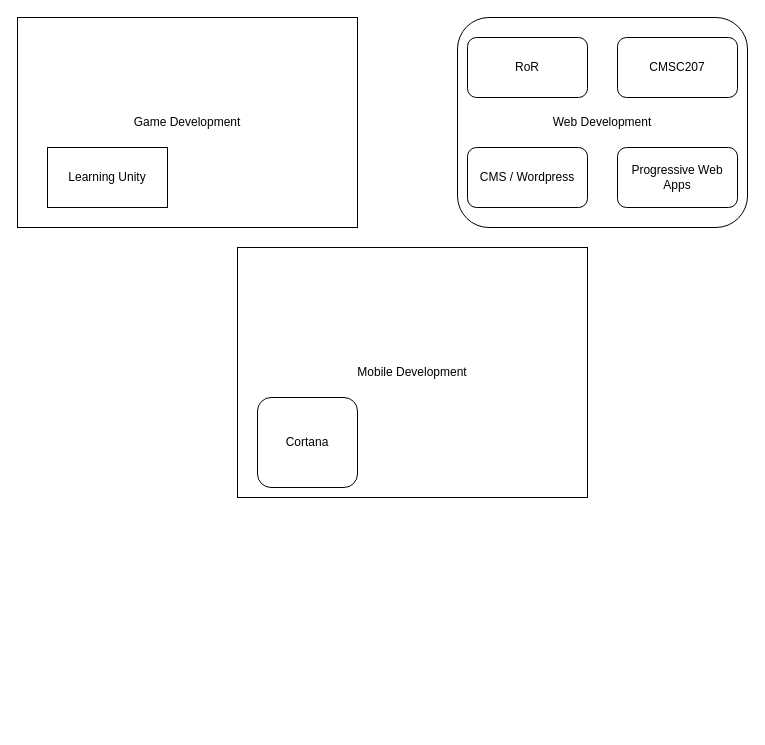
Above: Untitled Diagram.drawio in absantos16/hello_world (draw.io), before the change. Source tidied: cells renumbered, new cells numbered last; positions are measured from the earlier drawing's top-left corner, leaving out a move shared by most shapes. Both pictures are drawn from the tidied source at 100%, with x=0, y=0 at pixel (17, 17).
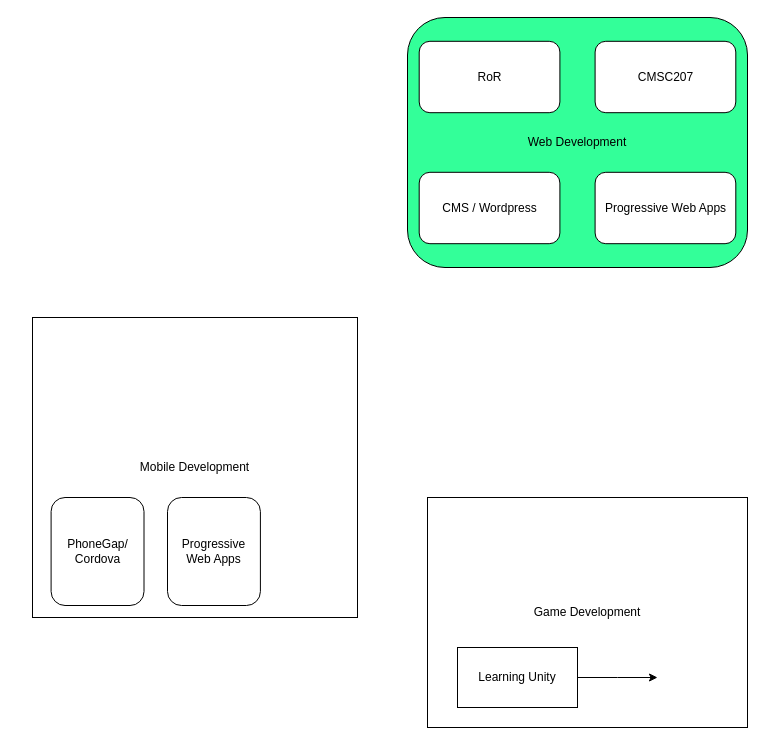
After the change.

The edit, as a diff of the source:
```diff
@@
 <mxGraphModel>
   <root>
     <mxCell id="0" />
     <mxCell id="1" parent="0" />
     <mxCell id="2" value="Game Development" style="rounded=0;whiteSpace=wrap;html=1;" parent="1" vertex="1">
-      <mxGeometry width="340" height="210" as="geometry" />
+      <mxGeometry x="410" y="480" width="320" height="230" as="geometry" />
     </mxCell>
+    <mxCell id="11" style="edgeStyle=orthogonalEdgeStyle;rounded=0;jettySize=auto;html=1;" parent="1" edge="1" source="3">
+      <mxGeometry relative="1" as="geometry">
+        <mxPoint x="640" y="660" as="targetPoint" />
+      </mxGeometry>
+    </mxCell>
     <mxCell id="3" value="Learning Unity" style="rounded=0;whiteSpace=wrap;html=1;" parent="1" vertex="1">
-      <mxGeometry x="30" y="130" width="120" height="60" as="geometry" />
+      <mxGeometry x="440" y="630" width="120" height="60" as="geometry" />
     </mxCell>
+    <mxCell id="12" style="group;" parent="1" vertex="1">
+      <mxGeometry x="15" y="300" width="325" height="300" as="geometry" />
+    </mxCell>
+    <mxCell id="7" value="Mobile Development" style="rounded=0;whiteSpace=wrap;html=1;" parent="12" vertex="1">
+      <mxGeometry width="325" height="300" as="geometry" />
+    </mxCell>
+    <mxCell id="8" value="PhoneGap/ Cordova" style="rounded=1;whiteSpace=wrap;html=1;" parent="12" vertex="1">
+      <mxGeometry x="18.6" y="180" width="92.9" height="108" as="geometry" />
+    </mxCell>
+    <mxCell id="13" style="group;" parent="1" vertex="1">
+      <mxGeometry x="390" width="340" height="250" as="geometry" />
+    </mxCell>
-    <mxCell id="4" value="Web Development" style="rounded=1;whiteSpace=wrap;html=1;" parent="1" vertex="1">
-      <mxGeometry x="440" width="290" height="210" as="geometry" />
+    <mxCell id="4" value="Web Development" style="rounded=1;whiteSpace=wrap;html=1;fillColor=#33FF99;" parent="13" vertex="1">
+      <mxGeometry width="340" height="250" as="geometry" />
     </mxCell>
-    <mxCell id="5" value="RoR" style="rounded=1;whiteSpace=wrap;html=1;" parent="1" vertex="1">
-      <mxGeometry x="450" y="20" width="120" height="60" as="geometry" />
+    <mxCell id="5" value="RoR" style="rounded=1;whiteSpace=wrap;html=1;" parent="13" vertex="1">
+      <mxGeometry x="11.7" y="23.8" width="140.7" height="71.4" as="geometry" />
     </mxCell>
-    <mxCell id="6" value="CMSC207" style="rounded=1;whiteSpace=wrap;html=1;" parent="1" vertex="1">
-      <mxGeometry x="600" y="20" width="120" height="60" as="geometry" />
+    <mxCell id="6" value="CMSC207" style="rounded=1;whiteSpace=wrap;html=1;" parent="13" vertex="1">
+      <mxGeometry x="187.6" y="23.8" width="140.7" height="71.4" as="geometry" />
     </mxCell>
-    <mxCell id="7" value="Mobile Development" style="rounded=0;whiteSpace=wrap;html=1;" parent="1" vertex="1">
-      <mxGeometry x="220" y="230" width="350" height="250" as="geometry" />
-    </mxCell>
-    <mxCell id="8" value="Cortana" style="rounded=1;whiteSpace=wrap;html=1;" parent="1" vertex="1">
-      <mxGeometry x="240" y="380" width="100" height="90" as="geometry" />
-    </mxCell>
-    <mxCell id="9" value="CMS / Wordpress" style="rounded=1;whiteSpace=wrap;html=1;" parent="1" vertex="1">
-      <mxGeometry x="450" y="130" width="120" height="60" as="geometry" />
+    <mxCell id="9" value="CMS / Wordpress" style="rounded=1;whiteSpace=wrap;html=1;" parent="13" vertex="1">
+      <mxGeometry x="11.7" y="154.8" width="140.7" height="71.4" as="geometry" />
     </mxCell>
-    <mxCell id="10" value="Progressive Web Apps" style="rounded=1;whiteSpace=wrap;html=1;" parent="1" vertex="1">
-      <mxGeometry x="600" y="130" width="120" height="60" as="geometry" />
+    <mxCell id="10" value="Progressive Web Apps" style="rounded=1;whiteSpace=wrap;html=1;" parent="13" vertex="1">
+      <mxGeometry x="187.6" y="154.8" width="140.7" height="71.4" as="geometry" />
     </mxCell>
+    <mxCell id="14" value="Progressive Web Apps" style="rounded=1;whiteSpace=wrap;html=1;" parent="1" vertex="1">
+      <mxGeometry x="150" y="480" width="92.9" height="108" as="geometry" />
+    </mxCell>
   </root>
 </mxGraphModel>
```
